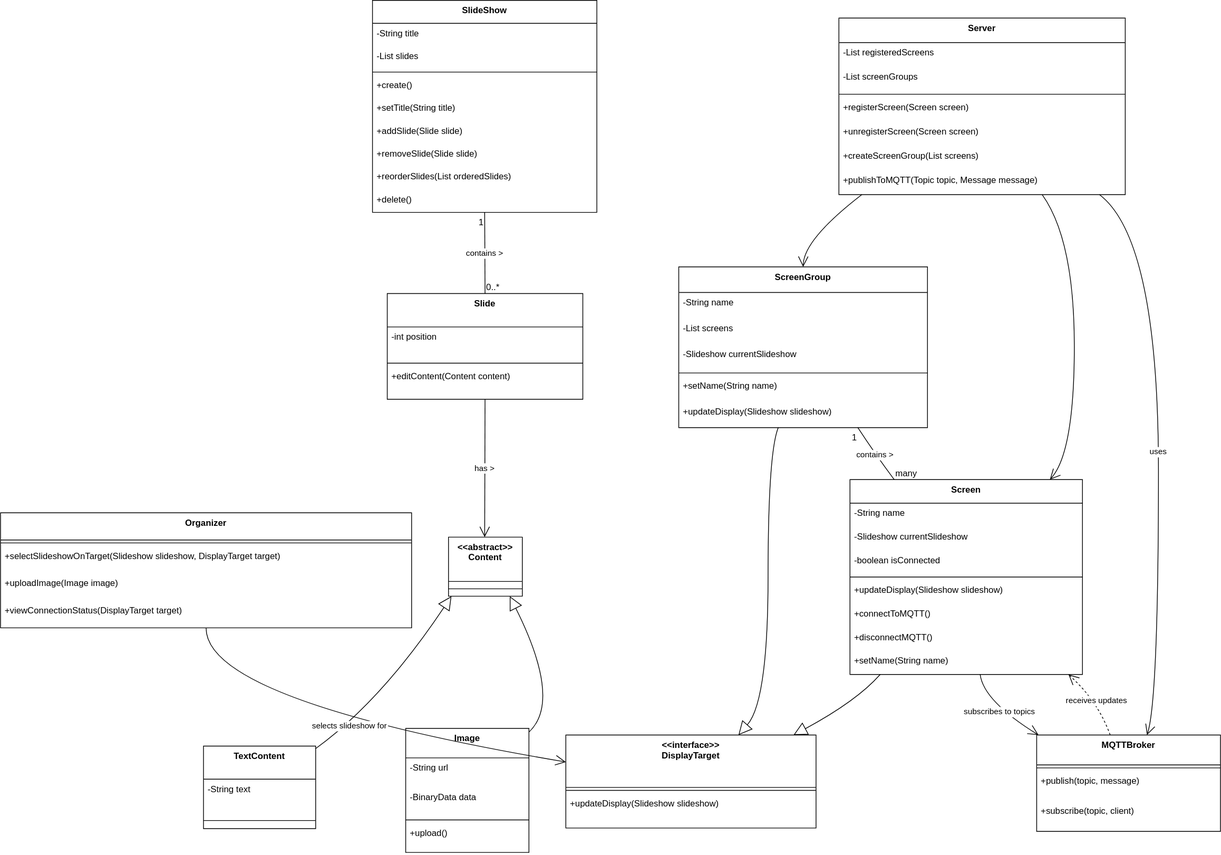
Before: documentation/diagram.svg, a diagram exported from draw.io (AET-DevOps25/team-robogo). Source tidied: cells renumbered, new cells last; positions are measured from the earlier drawing's top-left corner, leaving out a move shared by most shapes.
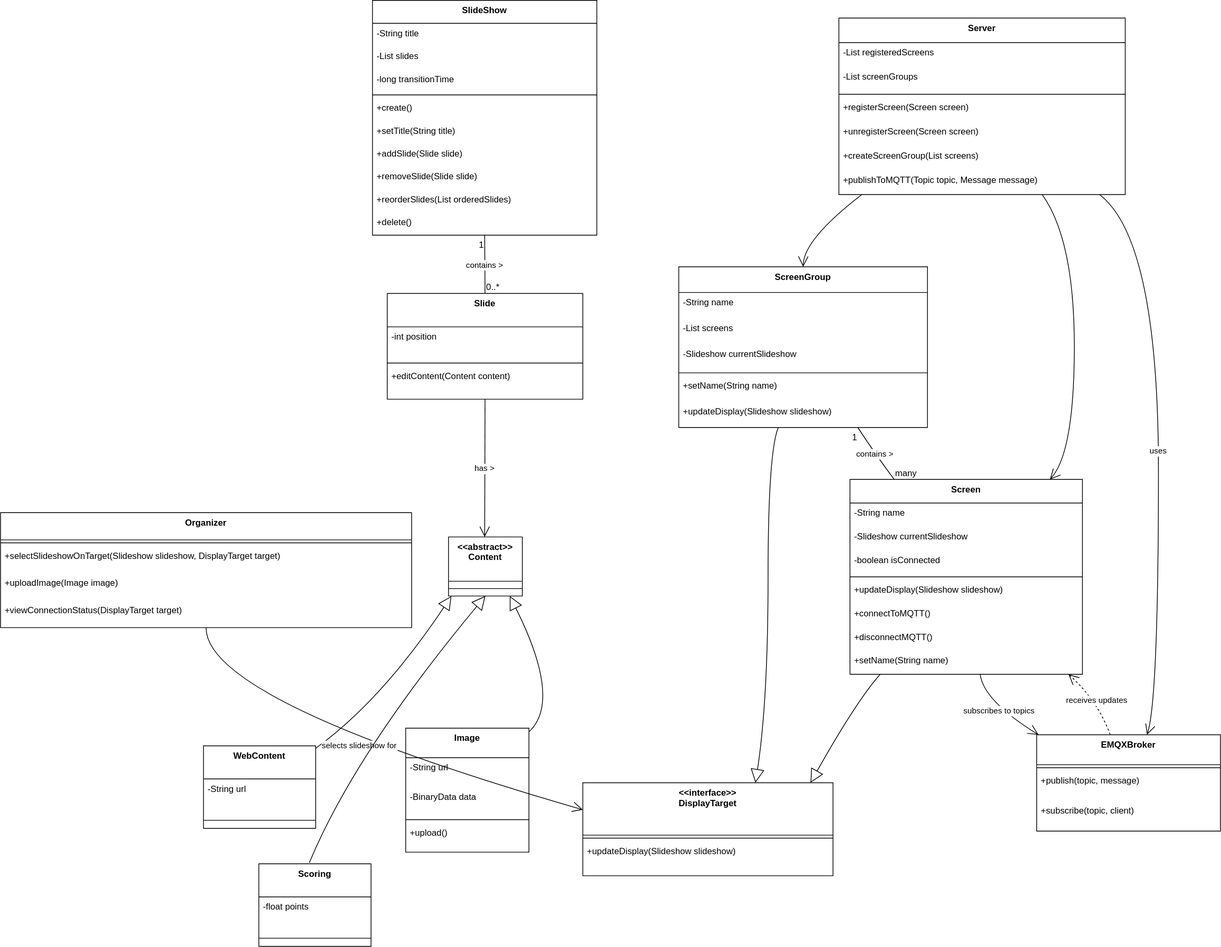
Later version of the same file.

Diff of the diagram source:
```diff
@@ -18,34 +18,37 @@
       <mxGeometry y="118.9" width="557" height="37" as="geometry" />
     </mxCell>
     <mxCell id="7" value="SlideShow" style="swimlane;fontStyle=1;align=center;verticalAlign=top;horizontal=1;startSize=31.11111111111111;" parent="1" vertex="1">
-      <mxGeometry x="504" width="304" height="287.1" as="geometry" />
+      <mxGeometry x="504" width="304" height="318.1" as="geometry" />
     </mxCell>
     <mxCell id="8" value="-String title" style="text;strokeColor=none;fillColor=none;align=left;verticalAlign=top;spacingLeft=4;spacingRight=4;overflow=hidden;" parent="7" vertex="1">
       <mxGeometry y="31.1" width="304" height="31" as="geometry" />
     </mxCell>
-    <mxCell id="9" value="-List slides" style="text;strokeColor=none;fillColor=none;align=left;verticalAlign=top;spacingLeft=4;spacingRight=4;overflow=hidden;" parent="7" vertex="1">
+    <mxCell id="9" value="-List slides&#10;&#10;" style="text;strokeColor=none;fillColor=none;align=left;verticalAlign=top;spacingLeft=4;spacingRight=4;overflow=hidden;" parent="7" vertex="1">
       <mxGeometry y="62.1" width="304" height="31" as="geometry" />
     </mxCell>
+    <mxCell id="79" value="-long transitionTime" style="text;strokeColor=none;fillColor=none;align=left;verticalAlign=top;spacingLeft=4;spacingRight=4;overflow=hidden;" parent="7" vertex="1">
+      <mxGeometry y="93.1" width="304" height="31" as="geometry" />
+    </mxCell>
     <mxCell id="10" style="line;strokeWidth=1;fillColor=none;align=left;verticalAlign=middle;spacingTop=-1;spacingLeft=3;spacingRight=3;labelPosition=right;strokeColor=inherit;" parent="7" vertex="1">
-      <mxGeometry y="93.1" width="304" height="8" as="geometry" />
+      <mxGeometry y="124.1" width="304" height="8" as="geometry" />
     </mxCell>
     <mxCell id="11" value="+create()" style="text;strokeColor=none;fillColor=none;align=left;verticalAlign=top;spacingLeft=4;spacingRight=4;overflow=hidden;" parent="7" vertex="1">
-      <mxGeometry y="101.1" width="304" height="31" as="geometry" />
+      <mxGeometry y="132.1" width="304" height="31" as="geometry" />
     </mxCell>
     <mxCell id="12" value="+setTitle(String title)" style="text;strokeColor=none;fillColor=none;align=left;verticalAlign=top;spacingLeft=4;spacingRight=4;overflow=hidden;" parent="7" vertex="1">
-      <mxGeometry y="132.1" width="304" height="31" as="geometry" />
+      <mxGeometry y="163.1" width="304" height="31" as="geometry" />
     </mxCell>
     <mxCell id="13" value="+addSlide(Slide slide)" style="text;strokeColor=none;fillColor=none;align=left;verticalAlign=top;spacingLeft=4;spacingRight=4;overflow=hidden;" parent="7" vertex="1">
-      <mxGeometry y="163.1" width="304" height="31" as="geometry" />
+      <mxGeometry y="194.1" width="304" height="31" as="geometry" />
     </mxCell>
     <mxCell id="14" value="+removeSlide(Slide slide)" style="text;strokeColor=none;fillColor=none;align=left;verticalAlign=top;spacingLeft=4;spacingRight=4;overflow=hidden;" parent="7" vertex="1">
-      <mxGeometry y="194.1" width="304" height="31" as="geometry" />
+      <mxGeometry y="225.1" width="304" height="31" as="geometry" />
     </mxCell>
     <mxCell id="15" value="+reorderSlides(List orderedSlides)" style="text;strokeColor=none;fillColor=none;align=left;verticalAlign=top;spacingLeft=4;spacingRight=4;overflow=hidden;" parent="7" vertex="1">
-      <mxGeometry y="225.1" width="304" height="31" as="geometry" />
+      <mxGeometry y="256.1" width="304" height="31" as="geometry" />
     </mxCell>
     <mxCell id="16" value="+delete()" style="text;strokeColor=none;fillColor=none;align=left;verticalAlign=top;spacingLeft=4;spacingRight=4;overflow=hidden;" parent="7" vertex="1">
-      <mxGeometry y="256.1" width="304" height="31" as="geometry" />
+      <mxGeometry y="287.1" width="304" height="31" as="geometry" />
     </mxCell>
     <mxCell id="17" value="Slide" style="swimlane;fontStyle=1;align=center;verticalAlign=top;horizontal=1;startSize=45.333333333333336;" parent="1" vertex="1">
       <mxGeometry x="524" y="397" width="265" height="143.3" as="geometry" />
@@ -65,10 +68,10 @@
     <mxCell id="22" style="line;strokeWidth=1;fillColor=none;align=left;verticalAlign=middle;spacingTop=-1;spacingLeft=3;spacingRight=3;labelPosition=right;strokeColor=inherit;" parent="21" vertex="1">
       <mxGeometry y="60" width="100" height="20" as="geometry" />
     </mxCell>
-    <mxCell id="23" value="TextContent" style="swimlane;fontStyle=1;align=center;verticalAlign=top;horizontal=1;startSize=44.8;" parent="1" vertex="1">
+    <mxCell id="23" value="WebContent" style="swimlane;fontStyle=1;align=center;verticalAlign=top;horizontal=1;startSize=44.8;" parent="1" vertex="1">
       <mxGeometry x="275" y="1010" width="152" height="111.8" as="geometry" />
     </mxCell>
-    <mxCell id="24" value="-String text" style="text;strokeColor=none;fillColor=none;align=left;verticalAlign=top;spacingLeft=4;spacingRight=4;overflow=hidden;" parent="23" vertex="1">
+    <mxCell id="24" value="-String url" style="text;strokeColor=none;fillColor=none;align=left;verticalAlign=top;spacingLeft=4;spacingRight=4;overflow=hidden;" parent="23" vertex="1">
       <mxGeometry y="44.8" width="152" height="45" as="geometry" />
     </mxCell>
     <mxCell id="25" style="line;strokeWidth=1;fillColor=none;align=left;verticalAlign=middle;spacingTop=-1;spacingLeft=3;spacingRight=3;labelPosition=right;strokeColor=inherit;" parent="23" vertex="1">
@@ -162,7 +165,7 @@
       <mxGeometry y="182.7" width="337" height="35" as="geometry" />
     </mxCell>
     <mxCell id="55" value="&lt;&lt;interface&gt;&gt;&#10;DisplayTarget" style="swimlane;fontStyle=1;align=center;verticalAlign=top;horizontal=1;startSize=71;" parent="1" vertex="1">
-      <mxGeometry x="766" y="995" width="339" height="126" as="geometry" />
+      <mxGeometry x="789" y="1060" width="339" height="126" as="geometry" />
     </mxCell>
     <mxCell id="56" style="line;strokeWidth=1;fillColor=none;align=left;verticalAlign=middle;spacingTop=-1;spacingLeft=3;spacingRight=3;labelPosition=right;strokeColor=inherit;" parent="55" vertex="1">
       <mxGeometry y="71" width="339" height="8" as="geometry" />
@@ -170,7 +173,7 @@
     <mxCell id="57" value="+updateDisplay(Slideshow slideshow)" style="text;strokeColor=none;fillColor=none;align=left;verticalAlign=top;spacingLeft=4;spacingRight=4;overflow=hidden;" parent="55" vertex="1">
       <mxGeometry y="79" width="339" height="47" as="geometry" />
     </mxCell>
-    <mxCell id="58" value="MQTTBroker" style="swimlane;fontStyle=1;align=center;verticalAlign=top;horizontal=1;startSize=40.57142857142857;" parent="1" vertex="1">
+    <mxCell id="58" value="EMQXBroker" style="swimlane;fontStyle=1;align=center;verticalAlign=top;horizontal=1;startSize=40.57142857142857;" parent="1" vertex="1">
       <mxGeometry x="1404" y="995" width="249" height="130.6" as="geometry" />
     </mxCell>
     <mxCell id="59" style="line;strokeWidth=1;fillColor=none;align=left;verticalAlign=middle;spacingTop=-1;spacingLeft=3;spacingRight=3;labelPosition=right;strokeColor=inherit;" parent="58" vertex="1">
@@ -280,5 +283,21 @@
         </Array>
       </mxGeometry>
     </mxCell>
+    <mxCell id="80" value="Scoring" style="swimlane;fontStyle=1;align=center;verticalAlign=top;horizontal=1;startSize=44.8;" parent="1" vertex="1">
+      <mxGeometry x="350" y="1169.8" width="152" height="111.8" as="geometry" />
+    </mxCell>
+    <mxCell id="81" value="-float points" style="text;strokeColor=none;fillColor=none;align=left;verticalAlign=top;spacingLeft=4;spacingRight=4;overflow=hidden;" parent="80" vertex="1">
+      <mxGeometry y="44.8" width="152" height="45" as="geometry" />
+    </mxCell>
+    <mxCell id="82" style="line;strokeWidth=1;fillColor=none;align=left;verticalAlign=middle;spacingTop=-1;spacingLeft=3;spacingRight=3;labelPosition=right;strokeColor=inherit;" parent="80" vertex="1">
+      <mxGeometry y="89.8" width="152" height="22" as="geometry" />
+    </mxCell>
+    <mxCell id="83" style="curved=1;startArrow=block;startSize=16;startFill=0;endArrow=none;exitX=0.5;exitY=1;entryX=0.45;entryY=-0.013;rounded=0;exitDx=0;exitDy=0;entryDx=0;entryDy=0;entryPerimeter=0;" parent="1" edge="1" source="21" target="80">
+      <mxGeometry relative="1" as="geometry">
+        <Array as="points">
+          <mxPoint x="480" y="1020" />
+        </Array>
+      </mxGeometry>
+    </mxCell>
   </root>
 </mxGraphModel>
```
